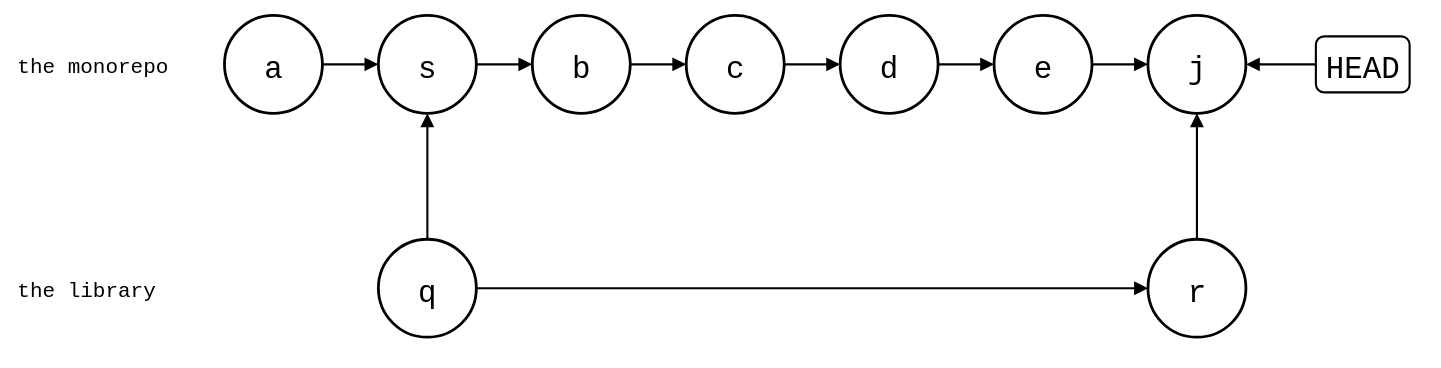
This is git-splice/test/comparisons/git-subtree-rejoin.drawio.svg from roschaefer/episodes, a draw.io export, as it was before one commit. Source tidied: cells renumbered, new cells last; positions are measured from the earlier drawing's top-left corner, leaving out a move shared by most shapes.
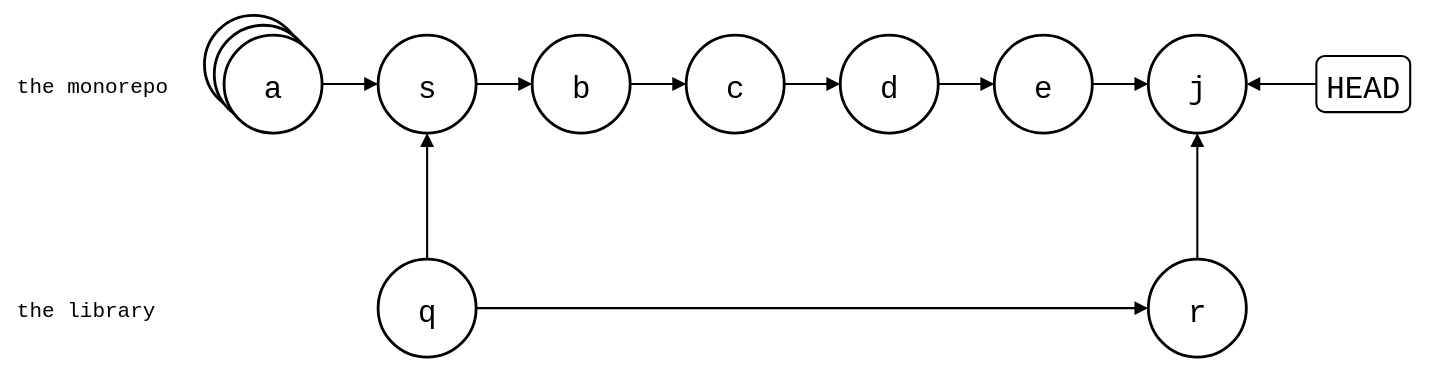
Above is the later version.

What changed in the source:
```diff
@@ -8,6 +8,12 @@
     <mxCell id="3" value="the library" style="text;strokeColor=none;fillColor=none;align=left;verticalAlign=middle;fontSize=15;fontFamily=Roboto Mono,monospace;" parent="1" vertex="1">
       <mxGeometry y="180" width="130" height="30" as="geometry" />
     </mxCell>
+    <mxCell id="24" style="shape=ellipse;strokeWidth=2;fontSize=22;fontFamily=Roboto Mono,monospace;" parent="1" vertex="1">
+      <mxGeometry x="136" y="-14" width="70" height="70" as="geometry" />
+    </mxCell>
+    <mxCell id="25" style="shape=ellipse;strokeWidth=2;fontSize=22;fontFamily=Roboto Mono,monospace;" parent="1" vertex="1">
+      <mxGeometry x="143" y="-7" width="70" height="70" as="geometry" />
+    </mxCell>
     <mxCell id="4" value="a" style="ellipse;strokeWidth=2;fontSize=22;fontFamily=Roboto Mono,monospace;" parent="1" vertex="1">
       <mxGeometry x="150" width="70" height="70" as="geometry" />
     </mxCell>
```
